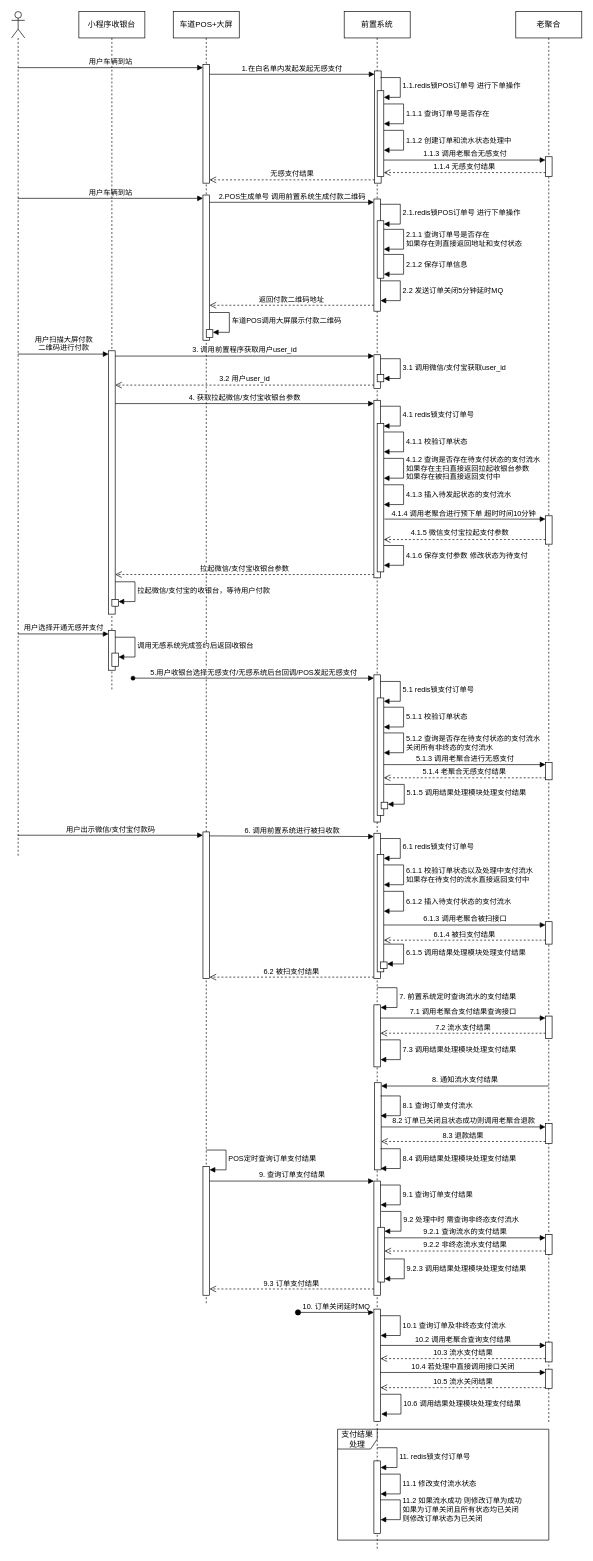
Before: 收费站大屏.drawio in eltweiyao/app-diagrams, a draw.io diagram. Source tidied: cells renumbered, new cells numbered last; positions are measured from the earlier drawing's top-left corner, leaving out a move shared by most shapes. Both pictures are drawn from the tidied source at 66%, with x=0, y=0 at pixel (11, 11).
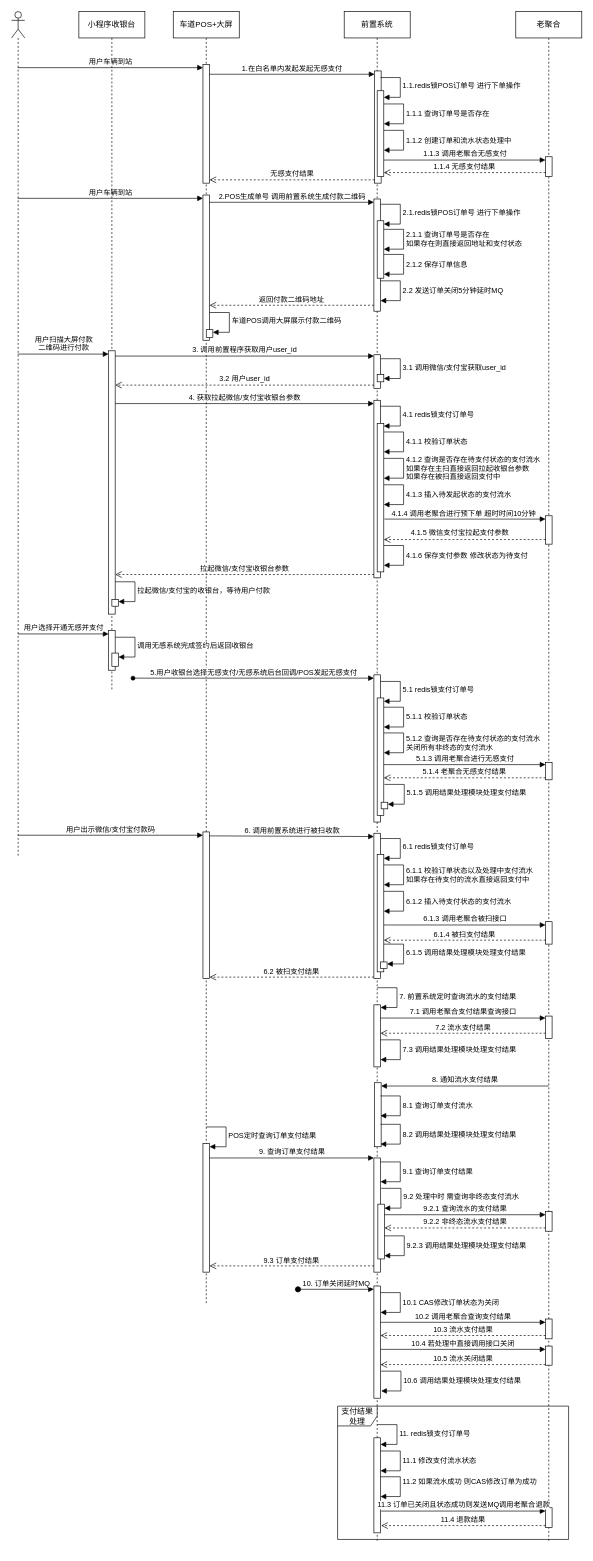
The same page after the edit.

Commit message:
更新收费站大屏.drawio

Unchanged cells that the change refers to:
```xml
<mxCell id="3" value="车道POS+大屏" style="shape=umlLifeline;perimeter=lifelinePerimeter;whiteSpace=wrap;html=1;newEdgeStyle={&quot;curved&quot;:0,&quot;rounded&quot;:0};" parent="1" vertex="1">
  <mxGeometry x="245" width="100" height="1960" as="geometry" />
</mxCell>
```

What changed in the source:
```diff
@@
     <mxCell id="8" style="html=1;points=[[0,0,0,0,5],[0,1,0,0,-5],[1,0,0,0,5],[1,1,0,0,-5]];perimeter=orthogonalPerimeter;outlineConnect=0;targetShapes=umlLifeline;portConstraint=eastwest;newEdgeStyle={&quot;curved&quot;:0,&quot;rounded&quot;:0};" parent="3" vertex="1">
-      <mxGeometry x="45" y="1750" width="10" height="195" as="geometry" />
+      <mxGeometry x="45" y="1715" width="10" height="195" as="geometry" />
     </mxCell>
     <mxCell id="9" value="POS定时查询订单支付结果" style="html=1;align=left;spacingLeft=2;endArrow=block;rounded=0;edgeStyle=orthogonalEdgeStyle;curved=0;rounded=0;" parent="3" edge="1" target="8">
       <mxGeometry relative="1" as="geometry">
-        <mxPoint x="50" y="1725" as="sourcePoint" />
+        <mxPoint x="50" y="1690" as="sourcePoint" />
         <Array as="points">
-          <mxPoint x="80" y="1755" />
+          <mxPoint x="80" y="1720" />
         </Array>
       </mxGeometry>
     </mxCell>
@@
     <mxCell id="11" value="前置系统" style="shape=umlLifeline;perimeter=lifelinePerimeter;whiteSpace=wrap;html=1;newEdgeStyle={&quot;curved&quot;:0,&quot;rounded&quot;:0};" parent="1" vertex="1">
-      <mxGeometry x="504" width="100" height="2330" as="geometry" />
+      <mxGeometry x="504" width="100" height="2320" as="geometry" />
     </mxCell>
@@
     <mxCell id="40" style="html=1;points=[[0,0,0,0,5],[0,1,0,0,-5],[1,0,0,0,5],[1,1,0,0,-5]];perimeter=orthogonalPerimeter;outlineConnect=0;targetShapes=umlLifeline;portConstraint=eastwest;newEdgeStyle={&quot;curved&quot;:0,&quot;rounded&quot;:0};" parent="11" vertex="1">
-      <mxGeometry x="46" y="1623" width="10" height="132" as="geometry" />
+      <mxGeometry x="46" y="1623" width="10" height="97" as="geometry" />
     </mxCell>
@@
     <mxCell id="42" style="html=1;perimeter=orthogonalPerimeter;targetShapes=umlLifeline;newEdgeStyle={&quot;curved&quot;:0,&quot;rounded&quot;:0};" parent="11" vertex="1">
-      <mxGeometry x="45" y="1772" width="10" height="173" as="geometry" />
+      <mxGeometry x="45" y="1737" width="10" height="173" as="geometry" />
     </mxCell>
     <mxCell id="43" value="9.1 查询订单支付结果" style="html=1;align=left;spacingLeft=2;endArrow=block;rounded=0;edgeStyle=orthogonalEdgeStyle;curved=0;rounded=0;" parent="11" edge="1">
       <mxGeometry relative="1" as="geometry">
-        <mxPoint x="55" y="1778" as="sourcePoint" />
-        <mxPoint x="55" y="1808" as="targetPoint" />
+        <mxPoint x="55" y="1743" as="sourcePoint" />
+        <mxPoint x="55" y="1773" as="targetPoint" />
         <Array as="points">
-          <mxPoint x="85" y="1778" />
-          <mxPoint x="85" y="1808" />
+          <mxPoint x="85" y="1743" />
+          <mxPoint x="85" y="1773" />
         </Array>
       </mxGeometry>
     </mxCell>
     <mxCell id="44" style="html=1;perimeter=orthogonalPerimeter;targetShapes=umlLifeline;newEdgeStyle={&quot;curved&quot;:0,&quot;rounded&quot;:0};" parent="11" vertex="1">
-      <mxGeometry x="51" y="1842" width="10" height="83" as="geometry" />
+      <mxGeometry x="51" y="1807" width="10" height="83" as="geometry" />
     </mxCell>
     <mxCell id="45" value="9.2 处理中时 需查询非终态支付流水" style="html=1;align=left;spacingLeft=2;endArrow=block;rounded=0;edgeStyle=orthogonalEdgeStyle;curved=0;rounded=0;" parent="11" edge="1">
       <mxGeometry relative="1" as="geometry">
-        <mxPoint x="56" y="1818" as="sourcePoint" />
-        <mxPoint x="61" y="1848" as="targetPoint" />
+        <mxPoint x="56" y="1783" as="sourcePoint" />
+        <mxPoint x="61" y="1813" as="targetPoint" />
         <Array as="points">
-          <mxPoint x="86" y="1848" />
+          <mxPoint x="86" y="1813" />
         </Array>
       </mxGeometry>
     </mxCell>
     <mxCell id="46" value="9.2.3 调用结果处理模块处理支付结果" style="html=1;align=left;spacingLeft=2;endArrow=block;rounded=0;edgeStyle=orthogonalEdgeStyle;curved=0;rounded=0;" parent="11" edge="1">
       <mxGeometry relative="1" as="geometry">
-        <mxPoint x="61" y="1890" as="sourcePoint" />
-        <mxPoint x="61" y="1920" as="targetPoint" />
+        <mxPoint x="61" y="1855" as="sourcePoint" />
+        <mxPoint x="61" y="1885" as="targetPoint" />
         <Array as="points">
-          <mxPoint x="91" y="1890" />
-          <mxPoint x="91" y="1920" />
+          <mxPoint x="91" y="1855" />
+          <mxPoint x="91" y="1885" />
         </Array>
       </mxGeometry>
     </mxCell>
     <mxCell id="47" style="html=1;points=[[0,0,0,0,5],[0,1,0,0,-5],[1,0,0,0,5],[1,1,0,0,-5]];perimeter=orthogonalPerimeter;outlineConnect=0;targetShapes=umlLifeline;portConstraint=eastwest;newEdgeStyle={&quot;curved&quot;:0,&quot;rounded&quot;:0};" parent="11" vertex="1">
-      <mxGeometry x="45" y="1966" width="10" height="170" as="geometry" />
+      <mxGeometry x="45" y="1931" width="10" height="170" as="geometry" />
     </mxCell>
     <mxCell id="48" value="10. 订单关闭延时MQ" style="html=1;verticalAlign=bottom;startArrow=oval;endArrow=block;startSize=8;curved=0;rounded=0;entryX=0;entryY=0;entryDx=0;entryDy=5;" parent="11" edge="1" target="47">
       <mxGeometry relative="1" as="geometry">
-        <mxPoint x="-70" y="1971" as="sourcePoint" />
+        <mxPoint x="-70" y="1936" as="sourcePoint" />
       </mxGeometry>
     </mxCell>
-    <mxCell id="49" value="&lt;span style=&quot;text-align: center;&quot;&gt;10&lt;/span&gt;.1 查询订单及非终态支付流水" style="html=1;align=left;spacingLeft=2;endArrow=block;rounded=0;edgeStyle=orthogonalEdgeStyle;curved=0;rounded=0;" parent="11" edge="1">
+    <mxCell id="49" value="&lt;span style=&quot;text-align: center;&quot;&gt;10&lt;/span&gt;.1 CAS修改订单状态为关闭" style="html=1;align=left;spacingLeft=2;endArrow=block;rounded=0;edgeStyle=orthogonalEdgeStyle;curved=0;rounded=0;" parent="11" edge="1">
       <mxGeometry relative="1" as="geometry">
-        <mxPoint x="55" y="1976" as="sourcePoint" />
-        <mxPoint x="55" y="2006" as="targetPoint" />
+        <mxPoint x="55" y="1941" as="sourcePoint" />
+        <mxPoint x="55" y="1971" as="targetPoint" />
         <Array as="points">
-          <mxPoint x="85" y="1976" />
-          <mxPoint x="85" y="2006" />
+          <mxPoint x="85" y="1941" />
+          <mxPoint x="85" y="1971" />
         </Array>
       </mxGeometry>
     </mxCell>
@@
     <mxCell id="62" value="老聚合" style="shape=umlLifeline;perimeter=lifelinePerimeter;whiteSpace=wrap;html=1;newEdgeStyle={&quot;curved&quot;:0,&quot;rounded&quot;:0};" parent="1" vertex="1">
-      <mxGeometry x="764" width="100" height="2140" as="geometry" />
+      <mxGeometry x="764" width="100" height="2320" as="geometry" />
     </mxCell>
@@
     <mxCell id="68" style="html=1;points=[[0,0,0,0,5],[0,1,0,0,-5],[1,0,0,0,5],[1,1,0,0,-5]];perimeter=orthogonalPerimeter;outlineConnect=0;targetShapes=umlLifeline;portConstraint=eastwest;newEdgeStyle={&quot;curved&quot;:0,&quot;rounded&quot;:0};" parent="62" vertex="1">
-      <mxGeometry x="45" y="1853" width="10" height="30" as="geometry" />
+      <mxGeometry x="45" y="1818" width="10" height="30" as="geometry" />
     </mxCell>
     <mxCell id="69" style="html=1;points=[[0,0,0,0,5],[0,1,0,0,-5],[1,0,0,0,5],[1,1,0,0,-5]];perimeter=orthogonalPerimeter;outlineConnect=0;targetShapes=umlLifeline;portConstraint=eastwest;newEdgeStyle={&quot;curved&quot;:0,&quot;rounded&quot;:0};" parent="62" vertex="1">
-      <mxGeometry x="45" y="2057" width="10" height="29" as="geometry" />
+      <mxGeometry x="45" y="2022" width="10" height="29" as="geometry" />
     </mxCell>
     <mxCell id="70" value="10.5 流水关闭结果" style="html=1;verticalAlign=bottom;endArrow=open;dashed=1;endSize=8;curved=0;rounded=0;exitX=0;exitY=1;exitDx=0;exitDy=-5;" parent="62" edge="1">
       <mxGeometry relative="1" as="geometry">
-        <mxPoint x="45" y="2085" as="sourcePoint" />
-        <mxPoint x="-205" y="2085" as="targetPoint" />
+        <mxPoint x="45" y="2050" as="sourcePoint" />
+        <mxPoint x="-205" y="2050" as="targetPoint" />
       </mxGeometry>
     </mxCell>
     <mxCell id="71" style="html=1;points=[[0,0,0,0,5],[0,1,0,0,-5],[1,0,0,0,5],[1,1,0,0,-5]];perimeter=orthogonalPerimeter;outlineConnect=0;targetShapes=umlLifeline;portConstraint=eastwest;newEdgeStyle={&quot;curved&quot;:0,&quot;rounded&quot;:0};" parent="62" vertex="1">
-      <mxGeometry x="45" y="2016" width="10" height="30" as="geometry" />
+      <mxGeometry x="45" y="1981" width="10" height="30" as="geometry" />
     </mxCell>
     <mxCell id="72" style="html=1;points=[[0,0,0,0,5],[0,1,0,0,-5],[1,0,0,0,5],[1,1,0,0,-5]];perimeter=orthogonalPerimeter;outlineConnect=0;targetShapes=umlLifeline;portConstraint=eastwest;newEdgeStyle={&quot;curved&quot;:0,&quot;rounded&quot;:0};" parent="62" vertex="1">
-      <mxGeometry x="45" y="1685" width="10" height="30" as="geometry" />
+      <mxGeometry x="45" y="2267" width="10" height="30" as="geometry" />
     </mxCell>
-    <mxCell id="73" value="8.3 退款结果" style="html=1;verticalAlign=bottom;endArrow=open;dashed=1;endSize=8;curved=0;rounded=0;exitX=0;exitY=1;exitDx=0;exitDy=-5;" parent="62" edge="1" target="40">
+    <mxCell id="73" value="11.4 退款结果" style="html=1;verticalAlign=bottom;endArrow=open;dashed=1;endSize=8;curved=0;rounded=0;exitX=0;exitY=1;exitDx=0;exitDy=-5;" parent="62" edge="1">
       <mxGeometry relative="1" as="geometry">
-        <mxPoint x="45" y="1712" as="sourcePoint" />
+        <mxPoint x="45" y="2294" as="sourcePoint" />
+        <mxPoint x="-204" y="2294" as="targetPoint" />
       </mxGeometry>
     </mxCell>
@@
     <mxCell id="97" value="9. 查询订单支付结果" style="html=1;verticalAlign=bottom;endArrow=block;curved=0;rounded=0;entryX=0;entryY=0;entryDx=0;entryDy=5;" parent="1" edge="1">
       <mxGeometry relative="1" as="geometry">
-        <mxPoint x="300" y="1772" as="sourcePoint" />
-        <mxPoint x="549" y="1772" as="targetPoint" />
+        <mxPoint x="300" y="1737" as="sourcePoint" />
+        <mxPoint x="549" y="1737" as="targetPoint" />
       </mxGeometry>
     </mxCell>
     <mxCell id="98" value="9.2.1 查询流水的支付结果" style="html=1;verticalAlign=bottom;endArrow=block;curved=0;rounded=0;entryX=0;entryY=0;entryDx=0;entryDy=5;" parent="1" edge="1" target="68">
       <mxGeometry relative="1" as="geometry">
-        <mxPoint x="565" y="1858" as="sourcePoint" />
+        <mxPoint x="565" y="1823" as="sourcePoint" />
       </mxGeometry>
     </mxCell>
     <mxCell id="99" value="9.2.2 非终态流水支付结果" style="html=1;verticalAlign=bottom;endArrow=open;dashed=1;endSize=8;curved=0;rounded=0;exitX=0;exitY=1;exitDx=0;exitDy=-5;" parent="1" edge="1" source="68">
       <mxGeometry relative="1" as="geometry">
-        <mxPoint x="565" y="1878" as="targetPoint" />
+        <mxPoint x="565" y="1843" as="targetPoint" />
       </mxGeometry>
     </mxCell>
     <mxCell id="100" value="9.3 订单支付结果" style="html=1;verticalAlign=bottom;endArrow=open;dashed=1;endSize=8;curved=0;rounded=0;" parent="1" edge="1">
       <mxGeometry relative="1" as="geometry">
-        <mxPoint x="549" y="1935.5" as="sourcePoint" />
-        <mxPoint x="300" y="1935.5" as="targetPoint" />
+        <mxPoint x="549" y="1900.5" as="sourcePoint" />
+        <mxPoint x="300" y="1900.5" as="targetPoint" />
       </mxGeometry>
     </mxCell>
     <mxCell id="101" value="10.4 若处理中直接调用接口关闭" style="html=1;verticalAlign=bottom;endArrow=block;curved=0;rounded=0;entryX=0;entryY=0;entryDx=0;entryDy=5;" parent="1" edge="1" target="69">
       <mxGeometry relative="1" as="geometry">
-        <mxPoint x="559" y="2062" as="sourcePoint" />
+        <mxPoint x="559" y="2027" as="sourcePoint" />
       </mxGeometry>
     </mxCell>
     <mxCell id="102" value="&lt;span style=&quot;text-align: center;&quot;&gt;10&lt;/span&gt;.6 调用结果处理模块处理支付结果" style="html=1;align=left;spacingLeft=2;endArrow=block;rounded=0;edgeStyle=orthogonalEdgeStyle;curved=0;rounded=0;" parent="1" edge="1">
       <mxGeometry relative="1" as="geometry">
-        <mxPoint x="560" y="2095" as="sourcePoint" />
-        <mxPoint x="560" y="2125" as="targetPoint" />
+        <mxPoint x="560" y="2060" as="sourcePoint" />
+        <mxPoint x="560" y="2090" as="targetPoint" />
         <Array as="points">
-          <mxPoint x="590" y="2095" />
-          <mxPoint x="590" y="2125" />
+          <mxPoint x="590" y="2060" />
+          <mxPoint x="590" y="2090" />
         </Array>
       </mxGeometry>
     </mxCell>
     <mxCell id="103" value="支付结果处理" style="shape=umlFrame;whiteSpace=wrap;html=1;" parent="1" vertex="1">
-      <mxGeometry x="494" y="2148" width="320" height="168" as="geometry" />
+      <mxGeometry x="494" y="2113" width="350" height="202" as="geometry" />
     </mxCell>
     <mxCell id="104" style="html=1;points=[[0,0,0,0,5],[0,1,0,0,-5],[1,0,0,0,5],[1,1,0,0,-5]];perimeter=orthogonalPerimeter;outlineConnect=0;targetShapes=umlLifeline;portConstraint=eastwest;newEdgeStyle={&quot;curved&quot;:0,&quot;rounded&quot;:0};" parent="1" vertex="1">
-      <mxGeometry x="549" y="2196" width="10" height="110" as="geometry" />
+      <mxGeometry x="549" y="2161" width="10" height="144" as="geometry" />
     </mxCell>
     <mxCell id="105" value="11. redis锁支付订单号" style="html=1;align=left;spacingLeft=2;endArrow=block;rounded=0;edgeStyle=orthogonalEdgeStyle;curved=0;rounded=0;" parent="1" edge="1" target="104">
       <mxGeometry relative="1" as="geometry">
-        <mxPoint x="554" y="2176" as="sourcePoint" />
+        <mxPoint x="554" y="2141" as="sourcePoint" />
         <Array as="points">
-          <mxPoint x="584" y="2206" />
+          <mxPoint x="584" y="2171" />
         </Array>
       </mxGeometry>
     </mxCell>
     <mxCell id="106" value="11.1 修改支付流水状态" style="html=1;align=left;spacingLeft=2;endArrow=block;rounded=0;edgeStyle=orthogonalEdgeStyle;curved=0;rounded=0;" parent="1" edge="1">
       <mxGeometry relative="1" as="geometry">
-        <mxPoint x="559" y="2216" as="sourcePoint" />
-        <mxPoint x="559" y="2246" as="targetPoint" />
+        <mxPoint x="559" y="2181" as="sourcePoint" />
+        <mxPoint x="559" y="2211" as="targetPoint" />
         <Array as="points">
-          <mxPoint x="589" y="2216" />
-          <mxPoint x="589" y="2246" />
+          <mxPoint x="589" y="2181" />
+          <mxPoint x="589" y="2211" />
         </Array>
       </mxGeometry>
     </mxCell>
-    <mxCell id="107" value="11.2 如果流水成功 则修改订单为成功&lt;br&gt;如果为订单关闭且所有状态均已关闭&lt;div&gt;则修改订单状态为已关闭&lt;/div&gt;" style="html=1;align=left;spacingLeft=2;endArrow=block;rounded=0;edgeStyle=orthogonalEdgeStyle;curved=0;rounded=0;" parent="1" edge="1">
+    <mxCell id="107" value="11.2 如果流水成功 则CAS修改订单为成功&lt;br&gt;&lt;div&gt;&lt;br&gt;&lt;/div&gt;" style="html=1;align=left;spacingLeft=2;endArrow=block;rounded=0;edgeStyle=orthogonalEdgeStyle;curved=0;rounded=0;" parent="1" edge="1">
       <mxGeometry relative="1" as="geometry">
-        <mxPoint x="559" y="2255" as="sourcePoint" />
-        <mxPoint x="559" y="2285" as="targetPoint" />
+        <mxPoint x="559" y="2220" as="sourcePoint" />
+        <mxPoint x="559" y="2250" as="targetPoint" />
         <Array as="points">
-          <mxPoint x="589" y="2255" />
-          <mxPoint x="589" y="2285" />
+          <mxPoint x="589" y="2220" />
+          <mxPoint x="589" y="2250" />
         </Array>
       </mxGeometry>
     </mxCell>
@@
-    <mxCell id="110" value="8.2 订单已关闭且状态成功则调用老聚合退款" style="html=1;verticalAlign=bottom;endArrow=block;curved=0;rounded=0;entryX=0;entryY=0;entryDx=0;entryDy=5;" parent="1" edge="1" source="40" target="72">
-      <mxGeometry relative="1" as="geometry" />
+    <mxCell id="110" value="11.3 订单已关闭且状态成功则发送MQ调用老聚合退款" style="html=1;verticalAlign=bottom;endArrow=block;curved=0;rounded=0;entryX=0;entryY=0;entryDx=0;entryDy=5;" parent="1" edge="1" target="72">
+      <mxGeometry relative="1" as="geometry">
+        <mxPoint x="560" y="2272" as="sourcePoint" />
+      </mxGeometry>
     </mxCell>
-    <mxCell id="111" value="8.4 调用结果处理模块处理支付结果" style="html=1;align=left;spacingLeft=2;endArrow=block;rounded=0;edgeStyle=orthogonalEdgeStyle;curved=0;rounded=0;" parent="1" edge="1">
+    <mxCell id="111" value="8.2 调用结果处理模块处理支付结果" style="html=1;align=left;spacingLeft=2;endArrow=block;rounded=0;edgeStyle=orthogonalEdgeStyle;curved=0;rounded=0;" parent="1" edge="1">
       <mxGeometry relative="1" as="geometry">
-        <mxPoint x="559" y="1723" as="sourcePoint" />
-        <mxPoint x="559" y="1753" as="targetPoint" />
+        <mxPoint x="559" y="1686" as="sourcePoint" />
+        <mxPoint x="559" y="1716" as="targetPoint" />
         <Array as="points">
-          <mxPoint x="589" y="1723" />
-          <mxPoint x="589" y="1753" />
+          <mxPoint x="589" y="1686" />
+          <mxPoint x="589" y="1716" />
         </Array>
       </mxGeometry>
     </mxCell>
```
